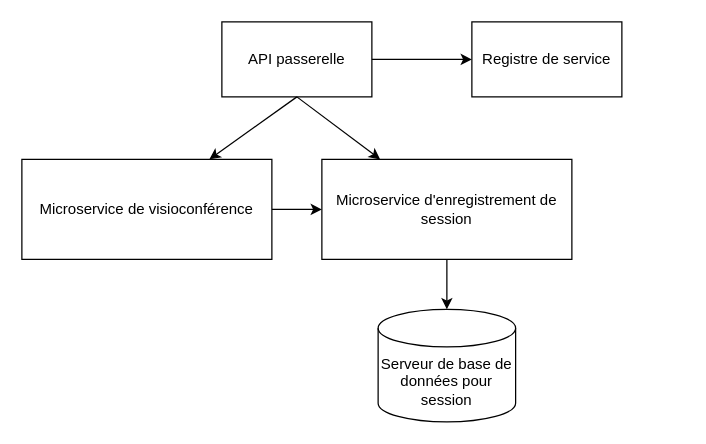
Earlier version of the draw.io diagram AplicativeArchitecture.drawio (cjour/audit_logistics). Source tidied: cells renumbered, new cells numbered last; positions are measured from the earlier drawing's top-left corner, leaving out a move shared by most shapes. Both pictures are drawn from the tidied source at 125%, with x=0, y=0 at pixel (21, 21).
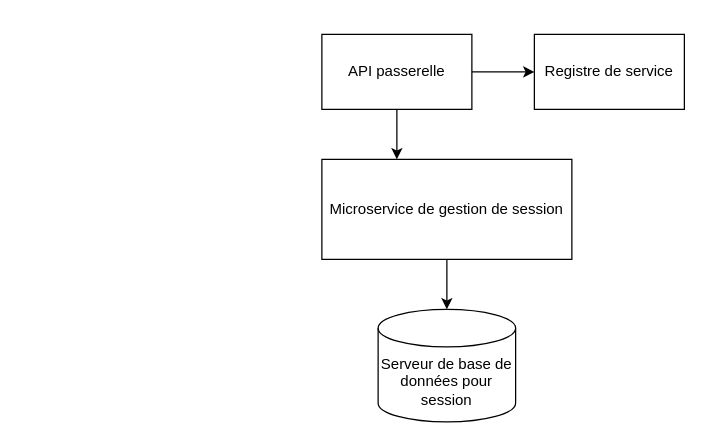
After the change.

Diff of the diagram source:
```diff
@@
 <mxGraphModel>
   <root>
     <mxCell id="0" />
     <mxCell id="1" parent="0" />
     <mxCell id="2" style="edgeStyle=orthogonalEdgeStyle;rounded=0;jettySize=auto;html=1;" parent="1" edge="1" source="3" target="11">
       <mxGeometry relative="1" as="geometry" />
     </mxCell>
-    <mxCell id="3" value="Microservice d'enregistrement de session" style="rounded=0;whiteSpace=wrap;html=1;" parent="1" vertex="1">
+    <mxCell id="3" value="Microservice de gestion de session" style="rounded=0;whiteSpace=wrap;html=1;" parent="1" vertex="1">
       <mxGeometry x="240" y="110" width="200" height="80" as="geometry" />
     </mxCell>
-    <mxCell id="4" style="edgeStyle=orthogonalEdgeStyle;rounded=0;jettySize=auto;html=1;" parent="1" edge="1" source="5" target="3">
-      <mxGeometry relative="1" as="geometry" />
-    </mxCell>
-    <mxCell id="5" value="Microservice de visioconférence" style="rounded=0;whiteSpace=wrap;html=1;" parent="1" vertex="1">
-      <mxGeometry y="110" width="200" height="80" as="geometry" />
-    </mxCell>
     <mxCell id="6" value="API passerelle" style="rounded=0;whiteSpace=wrap;html=1;" parent="1" vertex="1">
-      <mxGeometry x="160" width="120" height="60" as="geometry" />
+      <mxGeometry x="240" y="10" width="120" height="60" as="geometry" />
     </mxCell>
-    <mxCell id="7" style="endArrow=classic;html=1;rounded=0;entryX=0.75;entryY=0;entryDx=0;entryDy=0;exitX=0.5;exitY=1;exitDx=0;exitDy=0;" parent="1" edge="1" source="6" target="5">
-      <mxGeometry relative="1" as="geometry" />
-    </mxCell>
-    <mxCell id="8" style="endArrow=classic;html=1;rounded=0;exitX=0.5;exitY=1;exitDx=0;exitDy=0;" parent="1" edge="1" source="6" target="3">
-      <mxGeometry relative="1" as="geometry" />
+    <mxCell id="8" style="endArrow=classic;html=1;rounded=0;exitX=0.5;exitY=1;exitDx=0;exitDy=0;" parent="1" edge="1" source="6">
+      <mxGeometry relative="1" as="geometry">
+        <mxPoint x="300" y="110" as="targetPoint" />
+      </mxGeometry>
     </mxCell>
     <mxCell id="9" value="Registre de service" style="rounded=0;whiteSpace=wrap;html=1;" parent="1" vertex="1">
-      <mxGeometry x="360" width="120" height="60" as="geometry" />
+      <mxGeometry x="410" y="10" width="120" height="60" as="geometry" />
     </mxCell>
     <mxCell id="10" style="endArrow=classic;html=1;rounded=0;entryX=0;entryY=0.5;entryDx=0;entryDy=0;exitX=1;exitY=0.5;exitDx=0;exitDy=0;" parent="1" edge="1" source="6" target="9">
       <mxGeometry relative="1" as="geometry" />
     </mxCell>
     <mxCell id="11" value="Serveur de base de données pour session" style="shape=cylinder3;whiteSpace=wrap;html=1;boundedLbl=1;backgroundOutline=1;size=15;" parent="1" vertex="1">
       <mxGeometry x="285" y="230" width="110" height="90" as="geometry" />
     </mxCell>
   </root>
 </mxGraphModel>
```
